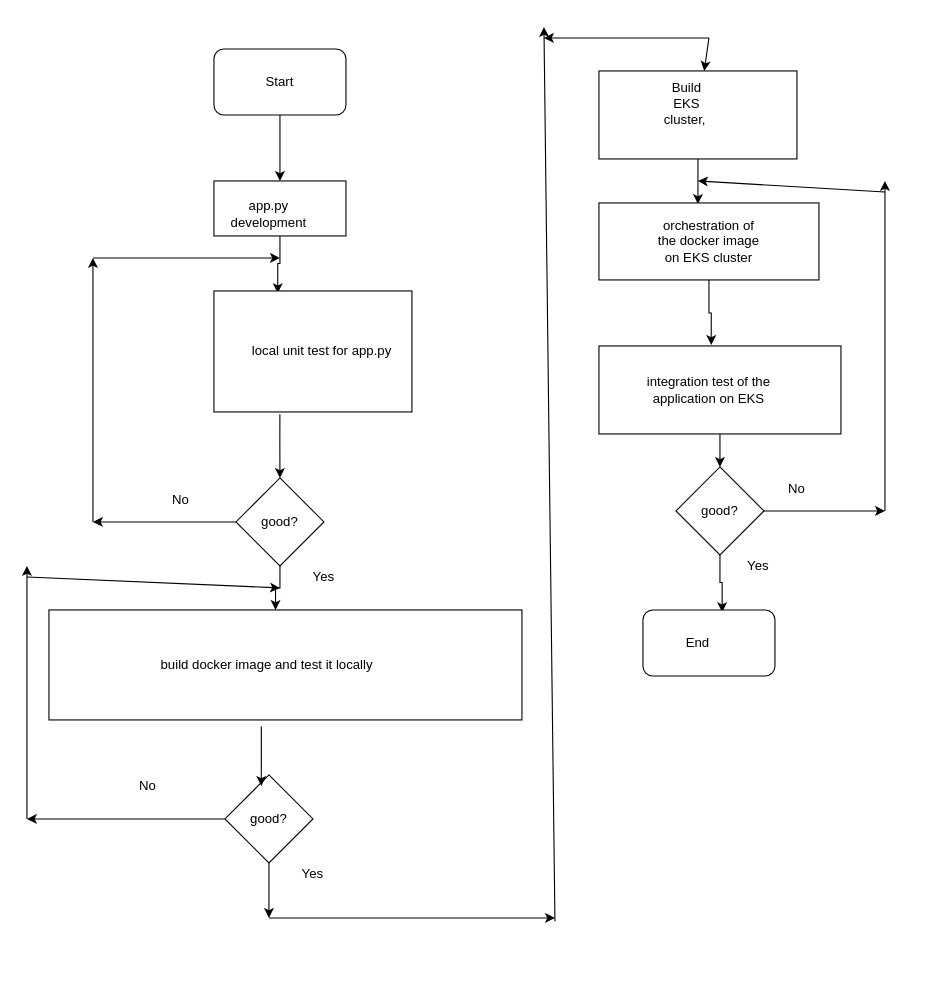
yxiao168/w2ohw keeps this draw.io diagram as workflow.drawio. Above is the earlier version. Source tidied: cells renumbered, new cells numbered last; positions are measured from the earlier drawing's top-left corner, leaving out a move shared by most shapes. Both pictures are drawn from the tidied source at 110%, with x=0, y=0 at pixel (26, 26).
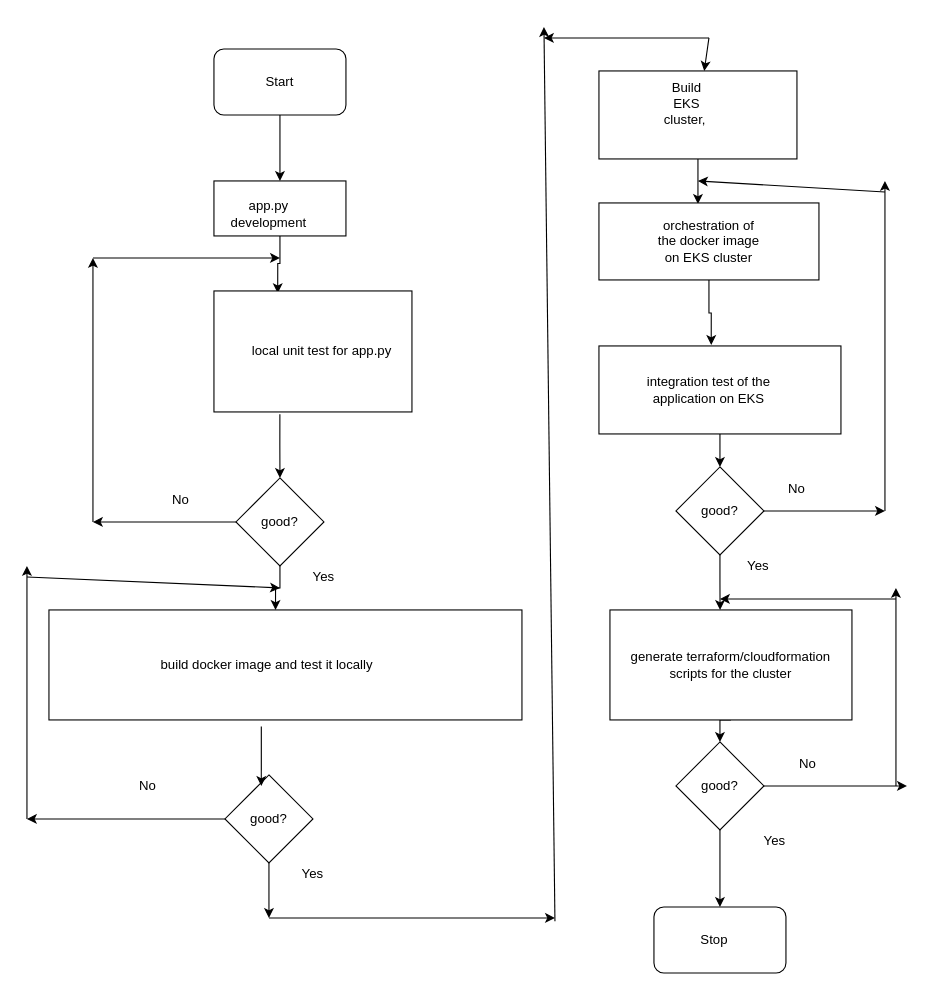
The same page after the edit.

Commit message (it also covers changes not shown here):
17 - terraform / cloudformation workflow

The change refers to these unchanged cells:
```xml
<mxCell id="44" style="rhombus;whiteSpace=wrap;html=1;" parent="1" vertex="1">
  <mxGeometry x="590" y="400" width="80" height="80" as="geometry" />
</mxCell>
```

Diff of the diagram source:
```diff
@@
-    <mxCell id="43" style="edgeStyle=orthogonalEdgeStyle;rounded=0;jettySize=auto;html=1;entryX=0.6;entryY=0.033;entryDx=0;entryDy=0;entryPerimeter=0;" parent="1" edge="1" source="44" target="51">
-      <mxGeometry relative="1" as="geometry" />
-    </mxCell>
+    <mxCell id="53" style="edgeStyle=orthogonalEdgeStyle;rounded=0;jettySize=auto;html=1;entryX=0.455;entryY=0;entryDx=0;entryDy=0;entryPerimeter=0;" parent="1" edge="1" source="44" target="55">
+      <mxGeometry relative="1" as="geometry" />
+    </mxCell>
@@
     <mxCell id="51" style="rounded=1;whiteSpace=wrap;html=1;" parent="1" vertex="1">
-      <mxGeometry x="560" y="530" width="120" height="60" as="geometry" />
+      <mxGeometry x="570" y="800" width="120" height="60" as="geometry" />
     </mxCell>
-    <mxCell id="52" value="End" style="text;html=1;strokeColor=none;fillColor=none;align=center;verticalAlign=middle;whiteSpace=wrap;rounded=0;" parent="1" vertex="1">
-      <mxGeometry x="590" y="550" width="40" height="20" as="geometry" />
-    </mxCell>
+    <mxCell id="54" style="edgeStyle=orthogonalEdgeStyle;rounded=0;jettySize=auto;html=1;exitX=0.5;exitY=1;exitDx=0;exitDy=0;entryX=0.5;entryY=0;entryDx=0;entryDy=0;" parent="1" edge="1" source="55" target="57">
+      <mxGeometry relative="1" as="geometry" />
+    </mxCell>
+    <mxCell id="55" value="generate terraform/cloudformation scripts for the cluster" style="rounded=0;whiteSpace=wrap;html=1;" parent="1" vertex="1">
+      <mxGeometry x="530" y="530" width="220" height="100" as="geometry" />
+    </mxCell>
+    <mxCell id="56" style="edgeStyle=orthogonalEdgeStyle;rounded=0;jettySize=auto;html=1;" parent="1" edge="1" source="57" target="51">
+      <mxGeometry relative="1" as="geometry" />
+    </mxCell>
+    <mxCell id="57" style="rhombus;whiteSpace=wrap;html=1;" parent="1" vertex="1">
+      <mxGeometry x="590" y="650" width="80" height="80" as="geometry" />
+    </mxCell>
+    <mxCell id="58" style="endArrow=classic;html=1;exitX=1;exitY=0.5;exitDx=0;exitDy=0;" parent="1" edge="1" source="57">
+      <mxGeometry relative="1" as="geometry">
+        <mxPoint x="800" y="690" as="targetPoint" />
+      </mxGeometry>
+    </mxCell>
+    <mxCell id="59" style="endArrow=classic;html=1;" parent="1" edge="1">
+      <mxGeometry relative="1" as="geometry">
+        <mxPoint x="790" y="690" as="sourcePoint" />
+        <mxPoint x="790" y="510" as="targetPoint" />
+      </mxGeometry>
+    </mxCell>
+    <mxCell id="60" style="endArrow=classic;html=1;" parent="1" edge="1">
+      <mxGeometry relative="1" as="geometry">
+        <mxPoint x="790" y="520" as="sourcePoint" />
+        <mxPoint x="630" y="520" as="targetPoint" />
+      </mxGeometry>
+    </mxCell>
+    <mxCell id="61" value="No" style="text;html=1;strokeColor=none;fillColor=none;align=center;verticalAlign=middle;whiteSpace=wrap;rounded=0;" parent="1" vertex="1">
+      <mxGeometry x="690" y="660" width="40" height="20" as="geometry" />
+    </mxCell>
+    <mxCell id="62" value="Yes" style="text;html=1;strokeColor=none;fillColor=none;align=center;verticalAlign=middle;whiteSpace=wrap;rounded=0;" parent="1" vertex="1">
+      <mxGeometry x="660" y="730" width="40" height="20" as="geometry" />
+    </mxCell>
+    <mxCell id="63" value="good?" style="text;html=1;strokeColor=none;fillColor=none;align=center;verticalAlign=middle;whiteSpace=wrap;rounded=0;" parent="1" vertex="1">
+      <mxGeometry x="610" y="680" width="40" height="20" as="geometry" />
+    </mxCell>
+    <mxCell id="64" value="Stop" style="text;html=1;strokeColor=none;fillColor=none;align=center;verticalAlign=middle;whiteSpace=wrap;rounded=0;" parent="1" vertex="1">
+      <mxGeometry x="605" y="820" width="40" height="20" as="geometry" />
+    </mxCell>
```
